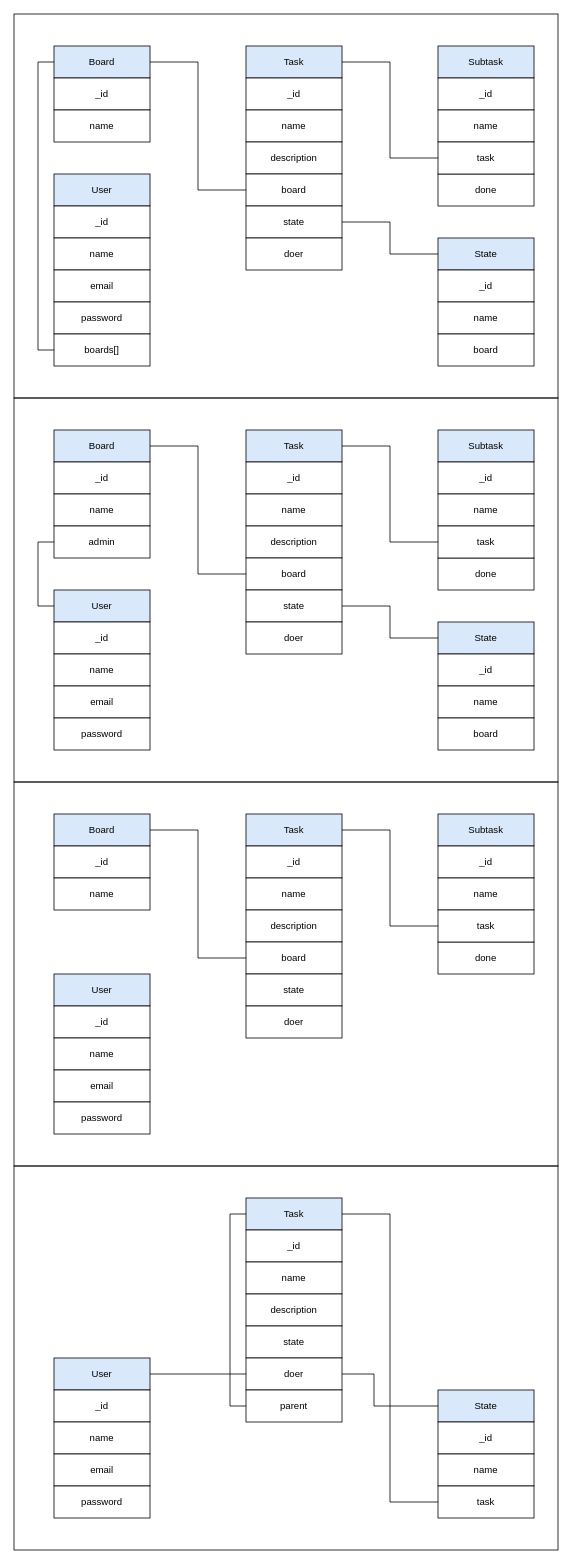
This is db.drawio from iliashimoz/diplom, a draw.io file, before an edit. Source tidied: cells renumbered, new cells numbered last; positions are measured from the earlier drawing's top-left corner, leaving out a move shared by most shapes. Both pictures are drawn from the tidied source at 80%, with x=0, y=0 at pixel (14, 14).
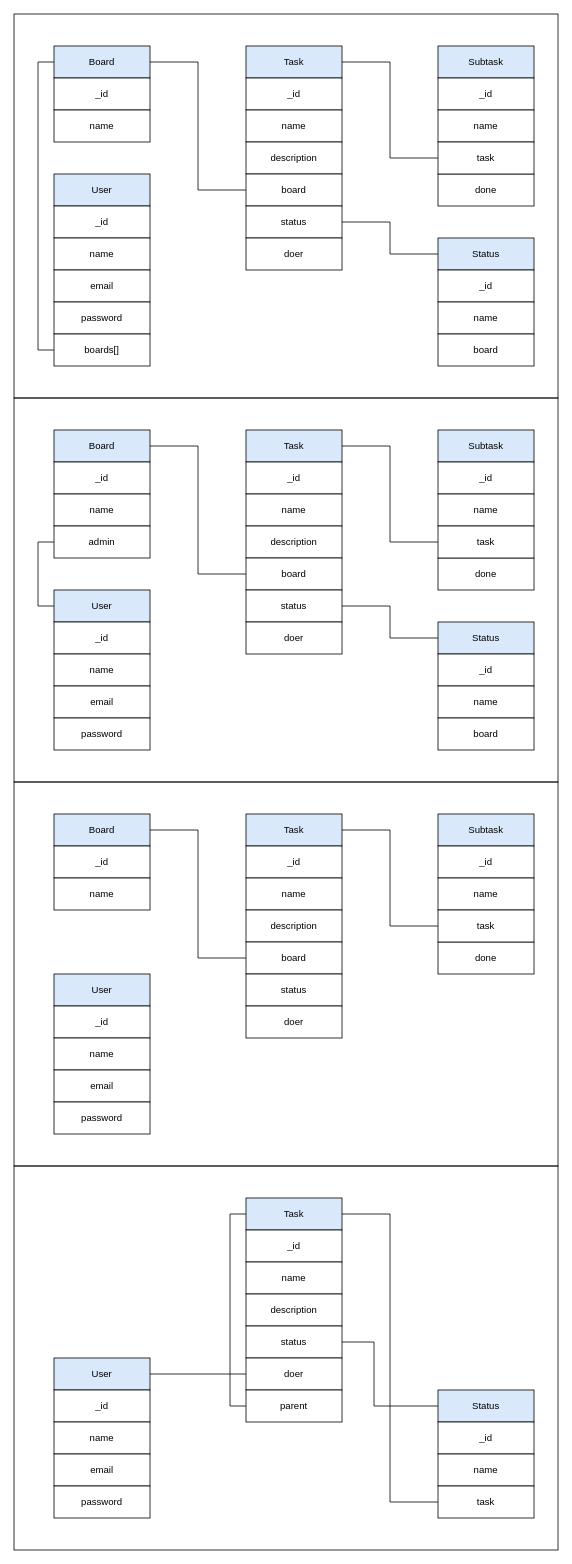
After the change.

Diff of the diagram source:
```diff
@@
-    <mxCell id="10" value="State" style="rounded=0;whiteSpace=wrap;html=1;fillColor=#dae8fc;strokeColor=#010203;" parent="1" vertex="1">
+    <mxCell id="10" value="Status" style="rounded=0;whiteSpace=wrap;html=1;fillColor=#dae8fc;strokeColor=#010203;" parent="1" vertex="1">
       <mxGeometry x="530" y="760" width="120" height="40" as="geometry" />
     </mxCell>
@@
-    <mxCell id="17" value="state" style="rounded=0;whiteSpace=wrap;html=1;" parent="1" vertex="1">
+    <mxCell id="17" value="status" style="rounded=0;whiteSpace=wrap;html=1;" parent="1" vertex="1">
       <mxGeometry x="290" y="720" width="120" height="40" as="geometry" />
     </mxCell>
@@
-    <mxCell id="31" style="rounded=0;whiteSpace=wrap;html=1;fillColor=none;" parent="1" vertex="1">
-      <mxGeometry y="960" width="680" height="480" as="geometry" />
-    </mxCell>
@@
-    <mxCell id="43" value="state" style="rounded=0;whiteSpace=wrap;html=1;" parent="1" vertex="1">
+    <mxCell id="43" value="status" style="rounded=0;whiteSpace=wrap;html=1;" parent="1" vertex="1">
       <mxGeometry x="290" y="1200" width="120" height="40" as="geometry" />
     </mxCell>
@@
-    <mxCell id="54" style="rounded=0;whiteSpace=wrap;html=1;fillColor=none;" parent="1" vertex="1">
-      <mxGeometry y="480" width="680" height="480" as="geometry" />
-    </mxCell>
@@
-    <mxCell id="61" value="State" style="rounded=0;whiteSpace=wrap;html=1;fillColor=#dae8fc;strokeColor=#010203;" parent="1" vertex="1">
+    <mxCell id="61" value="Status" style="rounded=0;whiteSpace=wrap;html=1;fillColor=#dae8fc;strokeColor=#010203;" parent="1" vertex="1">
       <mxGeometry x="530" y="280" width="120" height="40" as="geometry" />
     </mxCell>
@@
-    <mxCell id="68" value="state" style="rounded=0;whiteSpace=wrap;html=1;" parent="1" vertex="1">
+    <mxCell id="68" value="status" style="rounded=0;whiteSpace=wrap;html=1;" parent="1" vertex="1">
       <mxGeometry x="290" y="240" width="120" height="40" as="geometry" />
     </mxCell>
@@
-    <mxCell id="84" style="rounded=0;whiteSpace=wrap;html=1;fillColor=none;" parent="1" vertex="1">
-      <mxGeometry width="680" height="480" as="geometry" />
-    </mxCell>
@@
-    <mxCell id="87" value="State" style="rounded=0;whiteSpace=wrap;html=1;fillColor=#dae8fc;strokeColor=#010203;" parent="1" vertex="1">
+    <mxCell id="87" value="Status" style="rounded=0;whiteSpace=wrap;html=1;fillColor=#dae8fc;strokeColor=#010203;" parent="1" vertex="1">
       <mxGeometry x="530" y="1720" width="120" height="40" as="geometry" />
     </mxCell>
@@
     <mxCell id="91" style="edgeStyle=orthogonalEdgeStyle;rounded=0;jettySize=auto;html=1;endArrow=none;endFill=0;" parent="1" edge="1" source="92" target="87">
       <mxGeometry relative="1" as="geometry">
         <Array as="points">
-          <mxPoint x="450" y="1700" />
+          <mxPoint x="450" y="1660" />
           <mxPoint x="450" y="1740" />
         </Array>
       </mxGeometry>
     </mxCell>
-    <mxCell id="92" value="state" style="rounded=0;whiteSpace=wrap;html=1;" parent="1" vertex="1">
+    <mxCell id="92" value="status" style="rounded=0;whiteSpace=wrap;html=1;" parent="1" vertex="1">
       <mxGeometry x="290" y="1640" width="120" height="40" as="geometry" />
     </mxCell>
@@
+    <mxCell id="84" style="rounded=0;whiteSpace=wrap;html=1;fillColor=none;" parent="1" vertex="1">
+      <mxGeometry width="680" height="480" as="geometry" />
+    </mxCell>
+    <mxCell id="54" style="rounded=0;whiteSpace=wrap;html=1;fillColor=none;" parent="1" vertex="1">
+      <mxGeometry y="480" width="680" height="480" as="geometry" />
+    </mxCell>
+    <mxCell id="31" style="rounded=0;whiteSpace=wrap;html=1;fillColor=none;" parent="1" vertex="1">
+      <mxGeometry y="960" width="680" height="480" as="geometry" />
+    </mxCell>
```
